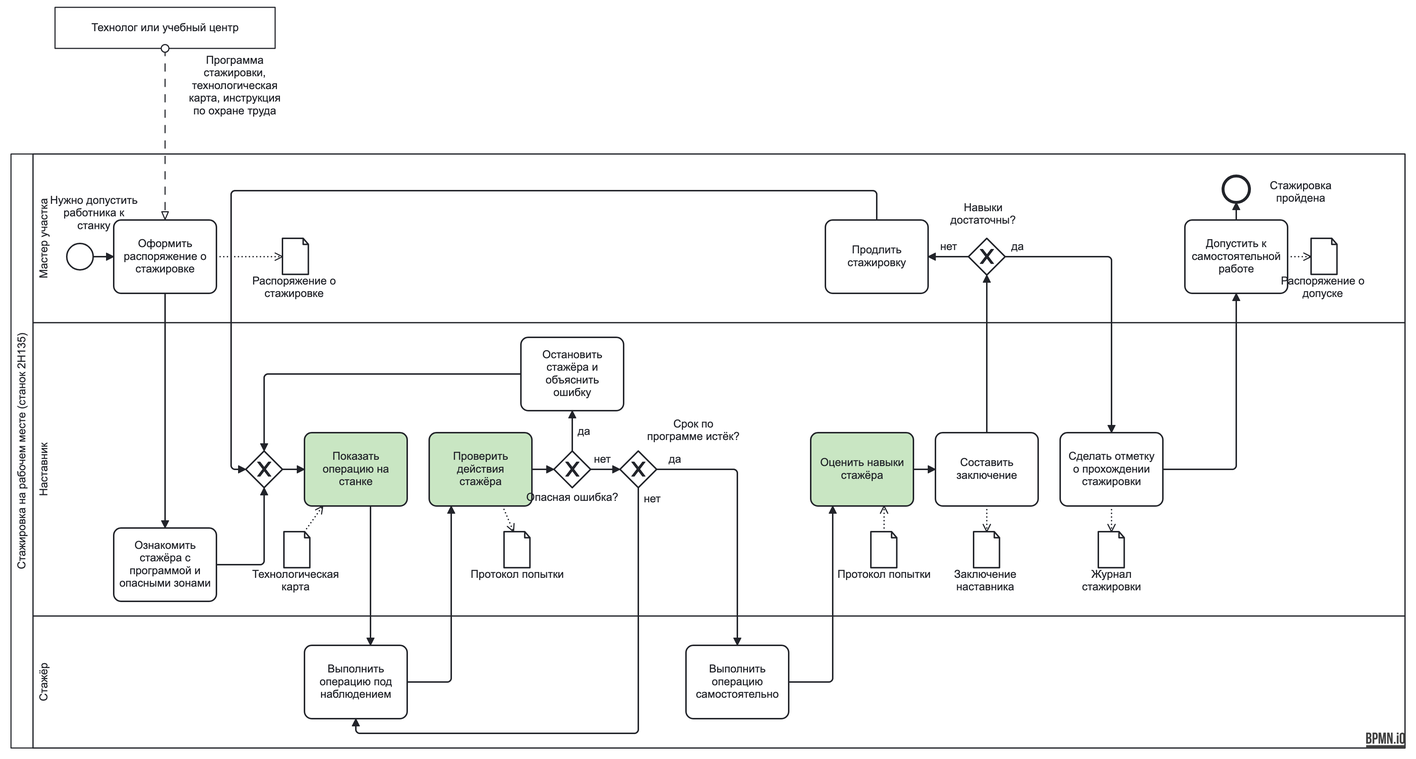
Before: models/bpmn.png, a diagram exported from BPMN (kotel24/ar-trainer). Its source is kept beside it as models/bpmn.bpmn. Ids are renumbered.
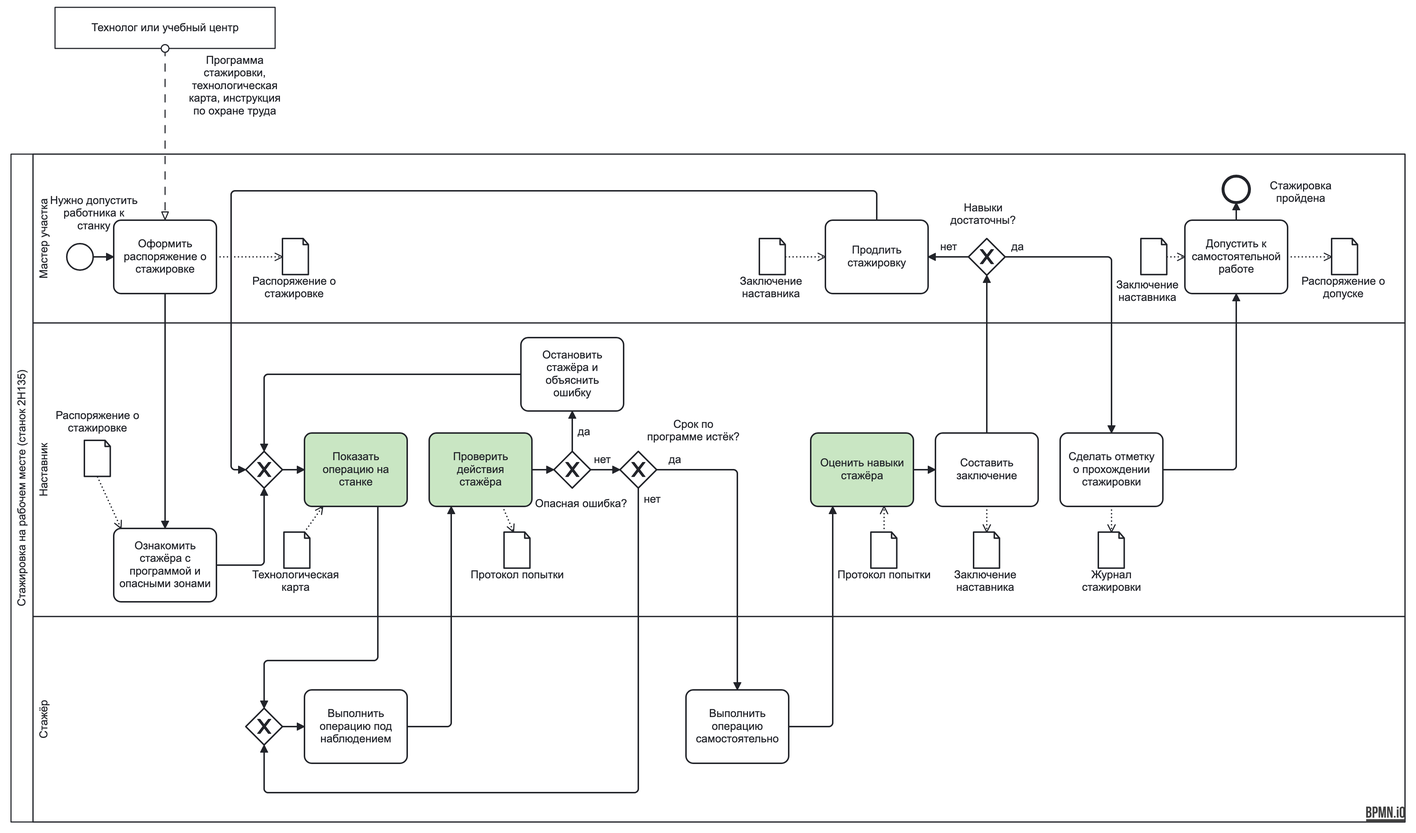
The same file after the commit.

Commit message:
ER-модель, BPMN и схема проверки действий обновлены под исправленную модель данных

Change to the diagram source:
```diff
@@ -29,6 +29,7 @@
       <bpmn:lane id="L_trainee" name="Стажёр">
         <bpmn:flowNodeRef>T_watch</bpmn:flowNodeRef>
         <bpmn:flowNodeRef>T_self</bpmn:flowNodeRef>
+        <bpmn:flowNodeRef>G_merge2</bpmn:flowNodeRef>
       </bpmn:lane>
     </bpmn:laneSet>
     <bpmn:startEvent id="Start" name="Нужно допустить работника к станку">
@@ -45,6 +46,7 @@
     <bpmn:task id="T_intro" name="Ознакомить стажёра с программой и опасными зонами">
       <bpmn:incoming>F_2</bpmn:incoming>
       <bpmn:outgoing>F_3</bpmn:outgoing>
+      <bpmn:dataInputAssociation id="A_order2"><bpmn:sourceRef>R_DO_order2</bpmn:sourceRef><bpmn:targetRef>T_intro</bpmn:targetRef></bpmn:dataInputAssociation>
     </bpmn:task>
     <bpmn:task id="T_show" name="Показать операцию на станке">
       <bpmn:incoming>F_4</bpmn:incoming>
@@ -52,8 +54,7 @@
       <bpmn:dataInputAssociation id="A_card"><bpmn:sourceRef>R_DO_card</bpmn:sourceRef><bpmn:targetRef>T_show</bpmn:targetRef></bpmn:dataInputAssociation>
     </bpmn:task>
     <bpmn:task id="T_watch" name="Выполнить операцию под наблюдением">
-      <bpmn:incoming>F_5</bpmn:incoming>
-      <bpmn:incoming>F_11</bpmn:incoming>
+      <bpmn:incoming>F_5b</bpmn:incoming>
       <bpmn:outgoing>F_6</bpmn:outgoing>
     </bpmn:task>
     <bpmn:task id="T_check" name="Проверить действия стажёра">
@@ -82,6 +83,7 @@
     <bpmn:task id="T_extend" name="Продлить стажировку">
       <bpmn:incoming>F_17</bpmn:incoming>
       <bpmn:outgoing>F_18</bpmn:outgoing>
+      <bpmn:dataInputAssociation id="A_concl2"><bpmn:sourceRef>R_DO_concl2</bpmn:sourceRef><bpmn:targetRef>T_extend</bpmn:targetRef></bpmn:dataInputAssociation>
     </bpmn:task>
     <bpmn:task id="T_mark" name="Сделать отметку о прохождении стажировки">
       <bpmn:incoming>F_16</bpmn:incoming>
@@ -91,6 +93,7 @@
     <bpmn:task id="T_admit" name="Допустить к самостоятельной работе">
       <bpmn:incoming>F_19</bpmn:incoming>
       <bpmn:outgoing>F_20</bpmn:outgoing>
+      <bpmn:dataInputAssociation id="A_concl3"><bpmn:sourceRef>R_DO_concl3</bpmn:sourceRef><bpmn:targetRef>T_admit</bpmn:targetRef></bpmn:dataInputAssociation>
       <bpmn:dataOutputAssociation id="A_admit"><bpmn:targetRef>R_DO_admit</bpmn:targetRef></bpmn:dataOutputAssociation>
     </bpmn:task>
     <bpmn:exclusiveGateway id="G_merge">
@@ -98,6 +101,11 @@
       <bpmn:incoming>F_9</bpmn:incoming>
       <bpmn:incoming>F_18</bpmn:incoming>
       <bpmn:outgoing>F_4</bpmn:outgoing>
+    </bpmn:exclusiveGateway>
+    <bpmn:exclusiveGateway id="G_merge2">
+      <bpmn:incoming>F_5</bpmn:incoming>
+      <bpmn:incoming>F_11</bpmn:incoming>
+      <bpmn:outgoing>F_5b</bpmn:outgoing>
     </bpmn:exclusiveGateway>
     <bpmn:exclusiveGateway id="G_danger" name="Опасная ошибка?">
       <bpmn:incoming>F_7</bpmn:incoming>
@@ -118,13 +126,14 @@
     <bpmn:sequenceFlow id="F_2" sourceRef="T_order" targetRef="T_intro" />
     <bpmn:sequenceFlow id="F_3" sourceRef="T_intro" targetRef="G_merge" />
     <bpmn:sequenceFlow id="F_4" sourceRef="G_merge" targetRef="T_show" />
-    <bpmn:sequenceFlow id="F_5" sourceRef="T_show" targetRef="T_watch" />
+    <bpmn:sequenceFlow id="F_5" sourceRef="T_show" targetRef="G_merge2" />
+    <bpmn:sequenceFlow id="F_5b" sourceRef="G_merge2" targetRef="T_watch" />
     <bpmn:sequenceFlow id="F_6" sourceRef="T_watch" targetRef="T_check" />
     <bpmn:sequenceFlow id="F_7" sourceRef="T_check" targetRef="G_danger" />
     <bpmn:sequenceFlow id="F_8" name="да" sourceRef="G_danger" targetRef="T_stop" />
     <bpmn:sequenceFlow id="F_9" sourceRef="T_stop" targetRef="G_merge" />
     <bpmn:sequenceFlow id="F_10" name="нет" sourceRef="G_danger" targetRef="G_term" />
-    <bpmn:sequenceFlow id="F_11" name="нет" sourceRef="G_term" targetRef="T_watch" />
+    <bpmn:sequenceFlow id="F_11" name="нет" sourceRef="G_term" targetRef="G_merge2" />
     <bpmn:sequenceFlow id="F_12" name="да" sourceRef="G_term" targetRef="T_self" />
     <bpmn:sequenceFlow id="F_13" sourceRef="T_self" targetRef="T_eval" />
     <bpmn:sequenceFlow id="F_14" sourceRef="T_eval" targetRef="T_concl" />
@@ -136,6 +145,7 @@
     <bpmn:sequenceFlow id="F_20" sourceRef="T_admit" targetRef="End" />
     <bpmn:dataObject id="DO_order" />
     <bpmn:dataObjectReference id="R_DO_order" name="Распоряжение о стажировке" dataObjectRef="DO_order" />
+    <bpmn:dataObjectReference id="R_DO_order2" name="Распоряжение о стажировке" dataObjectRef="DO_order" />
     <bpmn:dataObject id="DO_card" />
     <bpmn:dataObjectReference id="R_DO_card" name="Технологическая карта" dataObjectRef="DO_card" />
     <bpmn:dataObject id="DO_prot" />
@@ -143,6 +153,8 @@
     <bpmn:dataObjectReference id="R_DO_prot2" name="Протокол попытки" dataObjectRef="DO_prot" />
     <bpmn:dataObject id="DO_concl" />
     <bpmn:dataObjectReference id="R_DO_concl" name="Заключение наставника" dataObjectRef="DO_concl" />
+    <bpmn:dataObjectReference id="R_DO_concl2" name="Заключение наставника" dataObjectRef="DO_concl" />
+    <bpmn:dataObjectReference id="R_DO_concl3" name="Заключение наставника" dataObjectRef="DO_concl" />
     <bpmn:dataObject id="DO_log" />
     <bpmn:dataObjectReference id="R_DO_log" name="Журнал стажировки" dataObjectRef="DO_log" />
     <bpmn:dataObject id="DO_admit" />
@@ -150,49 +162,54 @@
   </bpmn:process>
   <bpmndi:BPMNDiagram id="Diagram_internship">
     <bpmndi:BPMNPlane id="Plane_internship" bpmnElement="Collaboration_internship">
-      <bpmndi:BPMNShape id="P_internship_di" bpmnElement="P_internship" isHorizontal="true"><dc:Bounds x="100" y="130" width="1900" height="810" /></bpmndi:BPMNShape>
+      <bpmndi:BPMNShape id="P_internship_di" bpmnElement="P_internship" isHorizontal="true"><dc:Bounds x="100" y="130" width="1900" height="910" /></bpmndi:BPMNShape>
       <bpmndi:BPMNShape id="P_safety_di" bpmnElement="P_safety" isHorizontal="true"><dc:Bounds x="160" y="-70" width="300" height="56" /></bpmndi:BPMNShape>
       <bpmndi:BPMNShape id="L_master_di" bpmnElement="L_master" isHorizontal="true"><dc:Bounds x="130" y="130" width="1870" height="230" /></bpmndi:BPMNShape>
       <bpmndi:BPMNShape id="L_mentor_di" bpmnElement="L_mentor" isHorizontal="true"><dc:Bounds x="130" y="360" width="1870" height="400" /></bpmndi:BPMNShape>
-      <bpmndi:BPMNShape id="L_trainee_di" bpmnElement="L_trainee" isHorizontal="true"><dc:Bounds x="130" y="760" width="1870" height="180" /></bpmndi:BPMNShape>
+      <bpmndi:BPMNShape id="L_trainee_di" bpmnElement="L_trainee" isHorizontal="true"><dc:Bounds x="130" y="760" width="1870" height="280" /></bpmndi:BPMNShape>
       <bpmndi:BPMNShape id="Start_di" bpmnElement="Start"><dc:Bounds x="176" y="252" width="36" height="36" /><bpmndi:BPMNLabel><dc:Bounds x="150" y="185" width="130" height="52" /></bpmndi:BPMNLabel></bpmndi:BPMNShape>
       <bpmndi:BPMNShape id="End_di" bpmnElement="End"><dc:Bounds x="1752" y="160" width="36" height="36" /><bpmndi:BPMNLabel><dc:Bounds x="1795" y="165" width="130" height="20" /></bpmndi:BPMNLabel></bpmndi:BPMNShape>
       <bpmndi:BPMNShape id="T_order_di" bpmnElement="T_order"><dc:Bounds x="240" y="220" width="140" height="100" /></bpmndi:BPMNShape>
       <bpmndi:BPMNShape id="T_intro_di" bpmnElement="T_intro"><dc:Bounds x="240" y="640" width="140" height="100" /></bpmndi:BPMNShape>
       <bpmndi:BPMNShape id="T_show_di" bpmnElement="T_show" bioc:fill="#c6e5c0" color:background-color="#c6e5c0"><dc:Bounds x="500" y="510" width="140" height="100" /></bpmndi:BPMNShape>
-      <bpmndi:BPMNShape id="T_watch_di" bpmnElement="T_watch"><dc:Bounds x="500" y="800" width="140" height="100" /></bpmndi:BPMNShape>
+      <bpmndi:BPMNShape id="T_watch_di" bpmnElement="T_watch"><dc:Bounds x="500" y="860" width="140" height="100" /></bpmndi:BPMNShape>
       <bpmndi:BPMNShape id="T_check_di" bpmnElement="T_check" bioc:fill="#c6e5c0" color:background-color="#c6e5c0"><dc:Bounds x="670" y="510" width="140" height="100" /></bpmndi:BPMNShape>
       <bpmndi:BPMNShape id="T_stop_di" bpmnElement="T_stop"><dc:Bounds x="795" y="380" width="140" height="100" /></bpmndi:BPMNShape>
-      <bpmndi:BPMNShape id="T_self_di" bpmnElement="T_self"><dc:Bounds x="1020" y="800" width="140" height="100" /></bpmndi:BPMNShape>
+      <bpmndi:BPMNShape id="T_self_di" bpmnElement="T_self"><dc:Bounds x="1020" y="860" width="140" height="100" /></bpmndi:BPMNShape>
       <bpmndi:BPMNShape id="T_eval_di" bpmnElement="T_eval" bioc:fill="#c6e5c0" color:background-color="#c6e5c0"><dc:Bounds x="1190" y="510" width="140" height="100" /></bpmndi:BPMNShape>
       <bpmndi:BPMNShape id="T_concl_di" bpmnElement="T_concl"><dc:Bounds x="1360" y="510" width="140" height="100" /></bpmndi:BPMNShape>
       <bpmndi:BPMNShape id="T_extend_di" bpmnElement="T_extend"><dc:Bounds x="1210" y="220" width="140" height="100" /></bpmndi:BPMNShape>
       <bpmndi:BPMNShape id="T_mark_di" bpmnElement="T_mark"><dc:Bounds x="1530" y="510" width="140" height="100" /></bpmndi:BPMNShape>
       <bpmndi:BPMNShape id="T_admit_di" bpmnElement="T_admit"><dc:Bounds x="1700" y="220" width="140" height="100" /></bpmndi:BPMNShape>
       <bpmndi:BPMNShape id="G_merge_di" bpmnElement="G_merge" isMarkerVisible="true"><dc:Bounds x="420" y="535" width="50" height="50" /></bpmndi:BPMNShape>
-      <bpmndi:BPMNShape id="G_danger_di" bpmnElement="G_danger" isMarkerVisible="true"><dc:Bounds x="840" y="535" width="50" height="50" /><bpmndi:BPMNLabel><dc:Bounds x="800" y="590" width="130" height="20" /></bpmndi:BPMNLabel></bpmndi:BPMNShape>
+      <bpmndi:BPMNShape id="G_merge2_di" bpmnElement="G_merge2" isMarkerVisible="true"><dc:Bounds x="420" y="885" width="50" height="50" /></bpmndi:BPMNShape>
+      <bpmndi:BPMNShape id="G_danger_di" bpmnElement="G_danger" isMarkerVisible="true"><dc:Bounds x="840" y="535" width="50" height="50" /><bpmndi:BPMNLabel><dc:Bounds x="812" y="598" width="130" height="20" /></bpmndi:BPMNLabel></bpmndi:BPMNShape>
       <bpmndi:BPMNShape id="G_term_di" bpmnElement="G_term" isMarkerVisible="true"><dc:Bounds x="930" y="535" width="50" height="50" /><bpmndi:BPMNLabel><dc:Bounds x="965" y="490" width="130" height="38" /></bpmndi:BPMNLabel></bpmndi:BPMNShape>
       <bpmndi:BPMNShape id="G_skills_di" bpmnElement="G_skills" isMarkerVisible="true"><dc:Bounds x="1405" y="245" width="50" height="50" /><bpmndi:BPMNLabel><dc:Bounds x="1360" y="195" width="130" height="38" /></bpmndi:BPMNLabel></bpmndi:BPMNShape>
       <bpmndi:BPMNShape id="R_DO_order_di" bpmnElement="R_DO_order"><dc:Bounds x="470" y="245" width="36" height="50" /><bpmndi:BPMNLabel><dc:Bounds x="433" y="295" width="110" height="38" /></bpmndi:BPMNLabel></bpmndi:BPMNShape>
+      <bpmndi:BPMNShape id="R_DO_order2_di" bpmnElement="R_DO_order2"><dc:Bounds x="200" y="520" width="36" height="50" /><bpmndi:BPMNLabel><dc:Bounds x="165" y="478" width="110" height="38" /></bpmndi:BPMNLabel></bpmndi:BPMNShape>
       <bpmndi:BPMNShape id="R_DO_card_di" bpmnElement="R_DO_card"><dc:Bounds x="472" y="645" width="36" height="50" /><bpmndi:BPMNLabel><dc:Bounds x="435" y="695" width="110" height="38" /></bpmndi:BPMNLabel></bpmndi:BPMNShape>
       <bpmndi:BPMNShape id="R_DO_prot1_di" bpmnElement="R_DO_prot1"><dc:Bounds x="772" y="645" width="36" height="50" /><bpmndi:BPMNLabel><dc:Bounds x="735" y="695" width="110" height="38" /></bpmndi:BPMNLabel></bpmndi:BPMNShape>
       <bpmndi:BPMNShape id="R_DO_prot2_di" bpmnElement="R_DO_prot2"><dc:Bounds x="1272" y="645" width="36" height="50" /><bpmndi:BPMNLabel><dc:Bounds x="1235" y="695" width="110" height="38" /></bpmndi:BPMNLabel></bpmndi:BPMNShape>
       <bpmndi:BPMNShape id="R_DO_concl_di" bpmnElement="R_DO_concl"><dc:Bounds x="1412" y="645" width="36" height="50" /><bpmndi:BPMNLabel><dc:Bounds x="1375" y="695" width="110" height="38" /></bpmndi:BPMNLabel></bpmndi:BPMNShape>
+      <bpmndi:BPMNShape id="R_DO_concl2_di" bpmnElement="R_DO_concl2"><dc:Bounds x="1120" y="245" width="36" height="50" /><bpmndi:BPMNLabel><dc:Bounds x="1083" y="295" width="110" height="38" /></bpmndi:BPMNLabel></bpmndi:BPMNShape>
+      <bpmndi:BPMNShape id="R_DO_concl3_di" bpmnElement="R_DO_concl3"><dc:Bounds x="1640" y="245" width="36" height="50" /><bpmndi:BPMNLabel><dc:Bounds x="1605" y="300" width="92" height="38" /></bpmndi:BPMNLabel></bpmndi:BPMNShape>
       <bpmndi:BPMNShape id="R_DO_log_di" bpmnElement="R_DO_log"><dc:Bounds x="1582" y="645" width="36" height="50" /><bpmndi:BPMNLabel><dc:Bounds x="1545" y="695" width="110" height="38" /></bpmndi:BPMNLabel></bpmndi:BPMNShape>
-      <bpmndi:BPMNShape id="R_DO_admit_di" bpmnElement="R_DO_admit"><dc:Bounds x="1872" y="245" width="36" height="50" /><bpmndi:BPMNLabel><dc:Bounds x="1835" y="295" width="110" height="38" /></bpmndi:BPMNLabel></bpmndi:BPMNShape>
+      <bpmndi:BPMNShape id="R_DO_admit_di" bpmnElement="R_DO_admit"><dc:Bounds x="1900" y="245" width="36" height="50" /><bpmndi:BPMNLabel><dc:Bounds x="1853" y="295" width="130" height="38" /></bpmndi:BPMNLabel></bpmndi:BPMNShape>
       <bpmndi:BPMNEdge id="F_1_di" bpmnElement="F_1"><di:waypoint x="212" y="270" /><di:waypoint x="240" y="270" /></bpmndi:BPMNEdge>
       <bpmndi:BPMNEdge id="F_2_di" bpmnElement="F_2"><di:waypoint x="310" y="320" /><di:waypoint x="310" y="640" /></bpmndi:BPMNEdge>
       <bpmndi:BPMNEdge id="F_3_di" bpmnElement="F_3"><di:waypoint x="380" y="690" /><di:waypoint x="445" y="690" /><di:waypoint x="445" y="585" /></bpmndi:BPMNEdge>
       <bpmndi:BPMNEdge id="F_4_di" bpmnElement="F_4"><di:waypoint x="470" y="560" /><di:waypoint x="500" y="560" /></bpmndi:BPMNEdge>
-      <bpmndi:BPMNEdge id="F_5_di" bpmnElement="F_5"><di:waypoint x="590" y="610" /><di:waypoint x="590" y="800" /></bpmndi:BPMNEdge>
-      <bpmndi:BPMNEdge id="F_6_di" bpmnElement="F_6"><di:waypoint x="640" y="850" /><di:waypoint x="700" y="850" /><di:waypoint x="700" y="610" /></bpmndi:BPMNEdge>
+      <bpmndi:BPMNEdge id="F_5_di" bpmnElement="F_5"><di:waypoint x="600" y="610" /><di:waypoint x="600" y="820" /><di:waypoint x="445" y="820" /><di:waypoint x="445" y="885" /></bpmndi:BPMNEdge>
+      <bpmndi:BPMNEdge id="F_5b_di" bpmnElement="F_5b"><di:waypoint x="470" y="910" /><di:waypoint x="500" y="910" /></bpmndi:BPMNEdge>
+      <bpmndi:BPMNEdge id="F_6_di" bpmnElement="F_6"><di:waypoint x="640" y="910" /><di:waypoint x="700" y="910" /><di:waypoint x="700" y="610" /></bpmndi:BPMNEdge>
       <bpmndi:BPMNEdge id="F_7_di" bpmnElement="F_7"><di:waypoint x="810" y="560" /><di:waypoint x="840" y="560" /></bpmndi:BPMNEdge>
       <bpmndi:BPMNEdge id="F_8_di" bpmnElement="F_8"><di:waypoint x="865" y="535" /><di:waypoint x="865" y="480" /><bpmndi:BPMNLabel><dc:Bounds x="871" y="500" width="20" height="18" /></bpmndi:BPMNLabel></bpmndi:BPMNEdge>
       <bpmndi:BPMNEdge id="F_9_di" bpmnElement="F_9"><di:waypoint x="795" y="430" /><di:waypoint x="445" y="430" /><di:waypoint x="445" y="535" /></bpmndi:BPMNEdge>
       <bpmndi:BPMNEdge id="F_10_di" bpmnElement="F_10"><di:waypoint x="890" y="560" /><di:waypoint x="930" y="560" /><bpmndi:BPMNLabel><dc:Bounds x="893" y="538" width="26" height="18" /></bpmndi:BPMNLabel></bpmndi:BPMNEdge>
-      <bpmndi:BPMNEdge id="F_11_di" bpmnElement="F_11"><di:waypoint x="955" y="585" /><di:waypoint x="955" y="920" /><di:waypoint x="570" y="920" /><di:waypoint x="570" y="900" /><bpmndi:BPMNLabel><dc:Bounds x="961" y="592" width="26" height="18" /></bpmndi:BPMNLabel></bpmndi:BPMNEdge>
-      <bpmndi:BPMNEdge id="F_12_di" bpmnElement="F_12"><di:waypoint x="980" y="560" /><di:waypoint x="1090" y="560" /><di:waypoint x="1090" y="800" /><bpmndi:BPMNLabel><dc:Bounds x="995" y="538" width="20" height="18" /></bpmndi:BPMNLabel></bpmndi:BPMNEdge>
-      <bpmndi:BPMNEdge id="F_13_di" bpmnElement="F_13"><di:waypoint x="1160" y="850" /><di:waypoint x="1220" y="850" /><di:waypoint x="1220" y="610" /></bpmndi:BPMNEdge>
+      <bpmndi:BPMNEdge id="F_11_di" bpmnElement="F_11"><di:waypoint x="955" y="585" /><di:waypoint x="955" y="1000" /><di:waypoint x="445" y="1000" /><di:waypoint x="445" y="935" /><bpmndi:BPMNLabel><dc:Bounds x="961" y="592" width="26" height="18" /></bpmndi:BPMNLabel></bpmndi:BPMNEdge>
+      <bpmndi:BPMNEdge id="F_12_di" bpmnElement="F_12"><di:waypoint x="980" y="560" /><di:waypoint x="1090" y="560" /><di:waypoint x="1090" y="860" /><bpmndi:BPMNLabel><dc:Bounds x="995" y="538" width="20" height="18" /></bpmndi:BPMNLabel></bpmndi:BPMNEdge>
+      <bpmndi:BPMNEdge id="F_13_di" bpmnElement="F_13"><di:waypoint x="1160" y="910" /><di:waypoint x="1220" y="910" /><di:waypoint x="1220" y="610" /></bpmndi:BPMNEdge>
       <bpmndi:BPMNEdge id="F_14_di" bpmnElement="F_14"><di:waypoint x="1330" y="560" /><di:waypoint x="1360" y="560" /></bpmndi:BPMNEdge>
       <bpmndi:BPMNEdge id="F_15_di" bpmnElement="F_15"><di:waypoint x="1430" y="510" /><di:waypoint x="1430" y="295" /></bpmndi:BPMNEdge>
       <bpmndi:BPMNEdge id="F_16_di" bpmnElement="F_16"><di:waypoint x="1455" y="270" /><di:waypoint x="1600" y="270" /><di:waypoint x="1600" y="510" /><bpmndi:BPMNLabel><dc:Bounds x="1462" y="248" width="20" height="18" /></bpmndi:BPMNLabel></bpmndi:BPMNEdge>
@@ -204,9 +221,12 @@
       <bpmndi:BPMNEdge id="A_prot1_di" bpmnElement="A_prot1"><di:waypoint x="770" y="610" /><di:waypoint x="785" y="645" /></bpmndi:BPMNEdge>
       <bpmndi:BPMNEdge id="A_concl_di" bpmnElement="A_concl"><di:waypoint x="1430" y="610" /><di:waypoint x="1430" y="645" /></bpmndi:BPMNEdge>
       <bpmndi:BPMNEdge id="A_log_di" bpmnElement="A_log"><di:waypoint x="1600" y="610" /><di:waypoint x="1600" y="645" /></bpmndi:BPMNEdge>
-      <bpmndi:BPMNEdge id="A_admit_di" bpmnElement="A_admit"><di:waypoint x="1840" y="270" /><di:waypoint x="1872" y="270" /></bpmndi:BPMNEdge>
+      <bpmndi:BPMNEdge id="A_admit_di" bpmnElement="A_admit"><di:waypoint x="1840" y="270" /><di:waypoint x="1900" y="270" /></bpmndi:BPMNEdge>
+      <bpmndi:BPMNEdge id="A_order2_di" bpmnElement="A_order2"><di:waypoint x="218" y="570" /><di:waypoint x="250" y="640" /></bpmndi:BPMNEdge>
       <bpmndi:BPMNEdge id="A_card_di" bpmnElement="A_card"><di:waypoint x="500" y="645" /><di:waypoint x="525" y="610" /></bpmndi:BPMNEdge>
       <bpmndi:BPMNEdge id="A_prot2_di" bpmnElement="A_prot2"><di:waypoint x="1290" y="645" /><di:waypoint x="1290" y="610" /></bpmndi:BPMNEdge>
+      <bpmndi:BPMNEdge id="A_concl2_di" bpmnElement="A_concl2"><di:waypoint x="1156" y="270" /><di:waypoint x="1210" y="270" /></bpmndi:BPMNEdge>
+      <bpmndi:BPMNEdge id="A_concl3_di" bpmnElement="A_concl3"><di:waypoint x="1676" y="270" /><di:waypoint x="1700" y="270" /></bpmndi:BPMNEdge>
       <bpmndi:BPMNEdge id="M_program_di" bpmnElement="M_program"><di:waypoint x="310" y="-14" /><di:waypoint x="310" y="220" /><bpmndi:BPMNLabel><dc:Bounds x="320" y="-6" width="170" height="38" /></bpmndi:BPMNLabel></bpmndi:BPMNEdge>
     </bpmndi:BPMNPlane>
   </bpmndi:BPMNDiagram>
```
